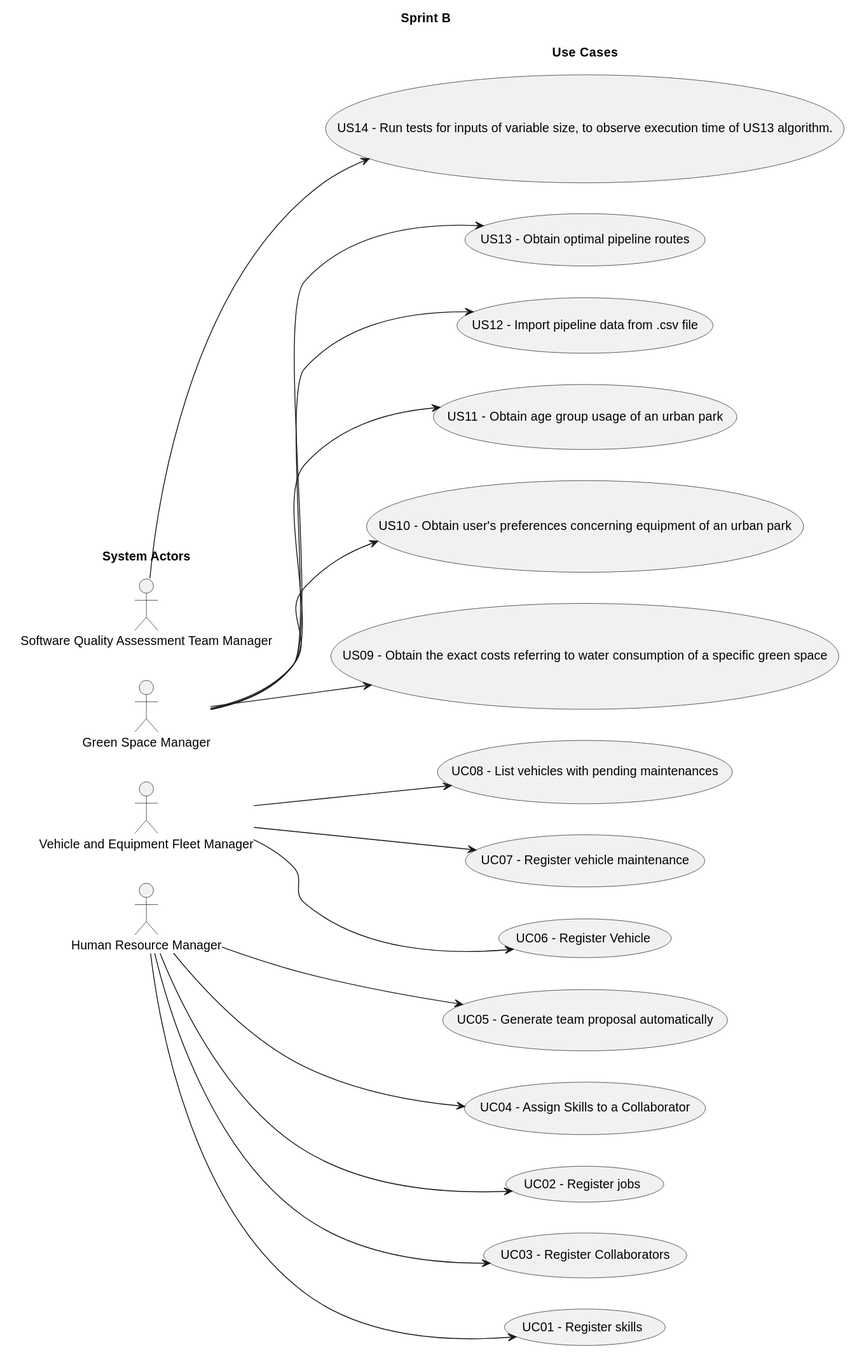
Paulo-Pereira-at-ISEP/lei-24-s2-1nanb-g321 keeps this PlantUML diagram as docs/sprintC/global-artifacts/01.requirements-engineering/svg/use-case-diagram.svg. Above is the earlier version. The source it was exported from:
```plantuml
@startuml
skinparam packageStyle rectangle

skinparam rectangle{
    BorderColor white

}

title Sprint B

left to right direction

rectangle "System Actors" as actors {
    actor "Software Quality Assessment Team Manager" as QAM
    actor "Green Space Manager" as GSM
    actor "Vehicle and Equipment Fleet Manager" as VFM
    actor "Human Resource Manager" as HRM

}




rectangle "Use Cases" as usecases{

    usecase "US14 - Run tests for inputs of variable size, to observe execution time of US13 algorithm." as UC14
    usecase "US13 - Obtain optimal pipeline routes" as UC13
    usecase "US12 - Import pipeline data from .csv file" as UC12
    usecase "US11 - Obtain age group usage of an urban park" as UC11
    usecase "US10 - Obtain user's preferences concerning equipment of an urban park" as UC10
    usecase "US09 - Obtain the exact costs referring to water consumption of a specific green space" as UC09
    usecase "UC08 - List vehicles with pending maintenances" as UC08
    usecase "UC07 - Register vehicle maintenance" as UC07
    usecase "UC06 - Register Vehicle" as UC06
    usecase "UC05 - Generate team proposal automatically" as UC05
    usecase "UC04 - Assign Skills to a Collaborator" as UC04
    usecase "UC02 - Register jobs" as UC02
    usecase "UC03 - Register Collaborators" as UC03
    usecase "UC01 - Register skills" as UC01


    HRM --> UC01
    HRM --> UC02
    HRM --> UC03
    HRM --> UC04
    HRM --> UC05
    VFM --> UC06
    VFM --> UC07
    VFM --> UC08
    GSM --> UC09
    GSM --> UC10
    GSM --> UC11
    GSM --> UC12
    GSM --> UC13
    QAM --> UC14
}



@enduml
```
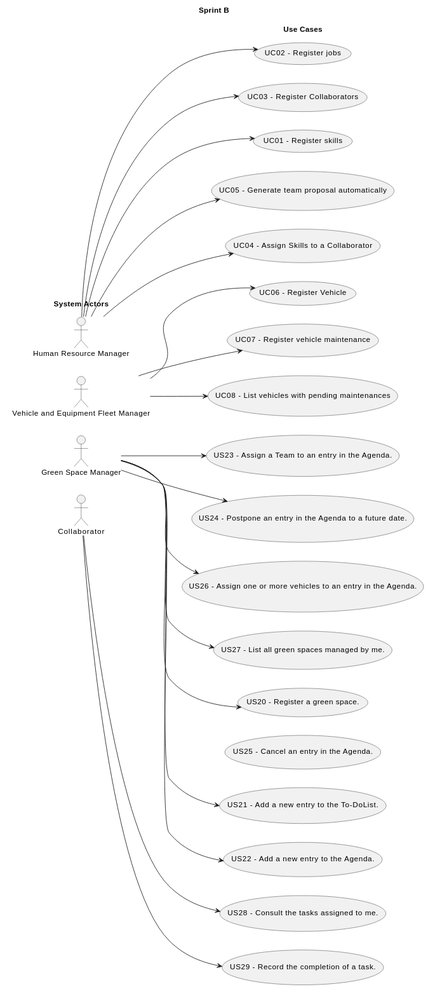
After the change.

Commit message:
Sprint C - Global - Req. Eng. - Use case diagram update.

What changed in the source:
```diff
@@ -11,7 +11,8 @@
 left to right direction
 
 rectangle "System Actors" as actors {
-    actor "Software Quality Assessment Team Manager" as QAM
+    actor "Collaborator" as COLAB
+
     actor "Green Space Manager" as GSM
     actor "Vehicle and Equipment Fleet Manager" as VFM
     actor "Human Resource Manager" as HRM
@@ -23,36 +24,51 @@
 
 rectangle "Use Cases" as usecases{
 
-    usecase "US14 - Run tests for inputs of variable size, to observe execution time of US13 algorithm." as UC14
-    usecase "US13 - Obtain optimal pipeline routes" as UC13
-    usecase "US12 - Import pipeline data from .csv file" as UC12
-    usecase "US11 - Obtain age group usage of an urban park" as UC11
-    usecase "US10 - Obtain user's preferences concerning equipment of an urban park" as UC10
-    usecase "US09 - Obtain the exact costs referring to water consumption of a specific green space" as UC09
+    usecase "US29 - Record the completion of a task." as UC29
+    usecase "US28 - Consult the tasks assigned to me." as UC28
+    usecase "US27 - List all green spaces managed by me." as UC27
+    usecase "US26 - Assign one or more vehicles to an entry in the Agenda." as UC26
+    usecase "US25 - Cancel an entry in the Agenda." as UC25
+    usecase "US24 - Postpone an entry in the Agenda to a future date." as UC24
+    usecase "US23 - Assign a Team to an entry in the Agenda." as UC23
+    usecase "US22 - Add a new entry to the Agenda." as UC22
+    usecase "US21 - Add a new entry to the To-DoList." as UC21
+    usecase "US20 - Register a green space." as UC20
+
     usecase "UC08 - List vehicles with pending maintenances" as UC08
+    usecase "UC06 - Register Vehicle" as UC06
+    usecase "UC01 - Register skills" as UC01
+    usecase "UC03 - Register Collaborators" as UC03
+    usecase "UC02 - Register jobs" as UC02
+    usecase "UC04 - Assign Skills to a Collaborator" as UC04
+    usecase "UC05 - Generate team proposal automatically" as UC05
     usecase "UC07 - Register vehicle maintenance" as UC07
-    usecase "UC06 - Register Vehicle" as UC06
-    usecase "UC05 - Generate team proposal automatically" as UC05
-    usecase "UC04 - Assign Skills to a Collaborator" as UC04
-    usecase "UC02 - Register jobs" as UC02
-    usecase "UC03 - Register Collaborators" as UC03
-    usecase "UC01 - Register skills" as UC01
 
 
+
+
+    HRM --> UC02
     HRM --> UC01
-    HRM --> UC02
     HRM --> UC03
     HRM --> UC04
     HRM --> UC05
+
+
+
+    GSM --> UC20
+    GSM --> UC21
+    GSM --> UC22
+    GSM --> UC23
+    GSM --> UC24
+    GSM --> UC26
+    GSM --> UC27
+
     VFM --> UC06
     VFM --> UC07
     VFM --> UC08
-    GSM --> UC09
-    GSM --> UC10
-    GSM --> UC11
-    GSM --> UC12
-    GSM --> UC13
-    QAM --> UC14
+
+    COLAB --> UC28
+    COLAB --> UC29
 }
 
 
```
